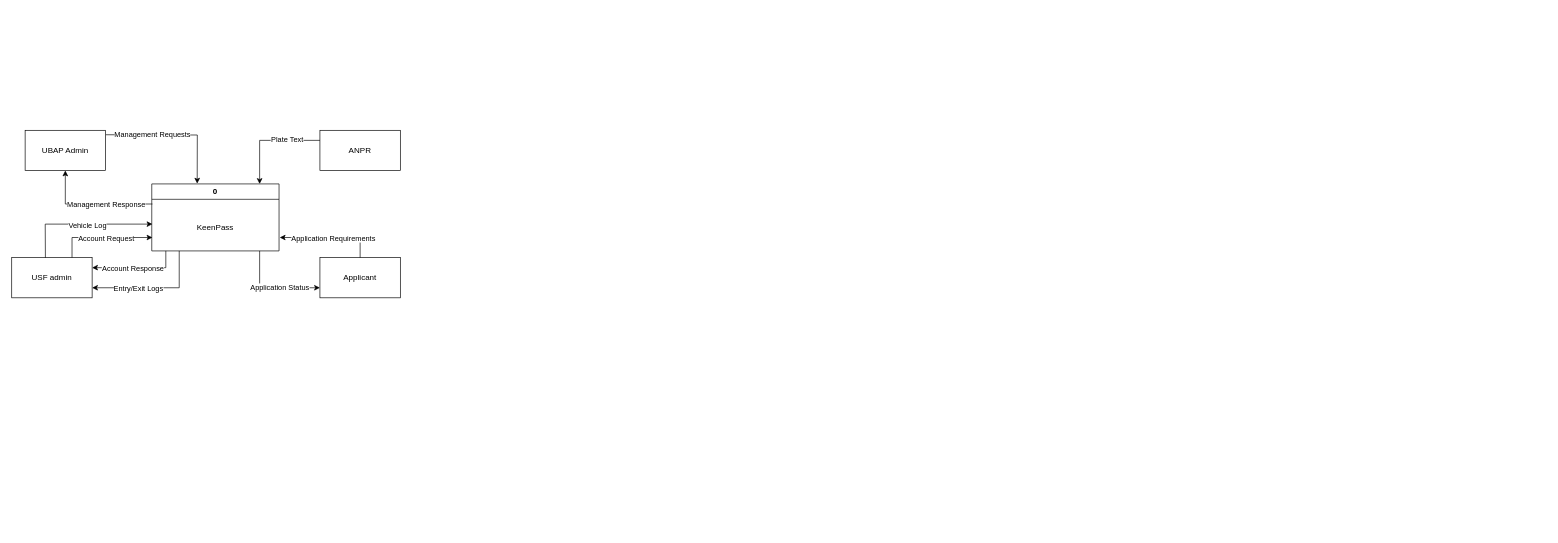
joshuabautista-cyber/Diagrams keeps this draw.io diagram as Level 0.drawio. Above is the earlier version. Source tidied: cells renumbered, new cells numbered last; positions are measured from the earlier drawing's top-left corner, leaving out a move shared by most shapes. Both pictures are drawn from the tidied source at 67%, with x=0, y=0 at pixel (11, 130).
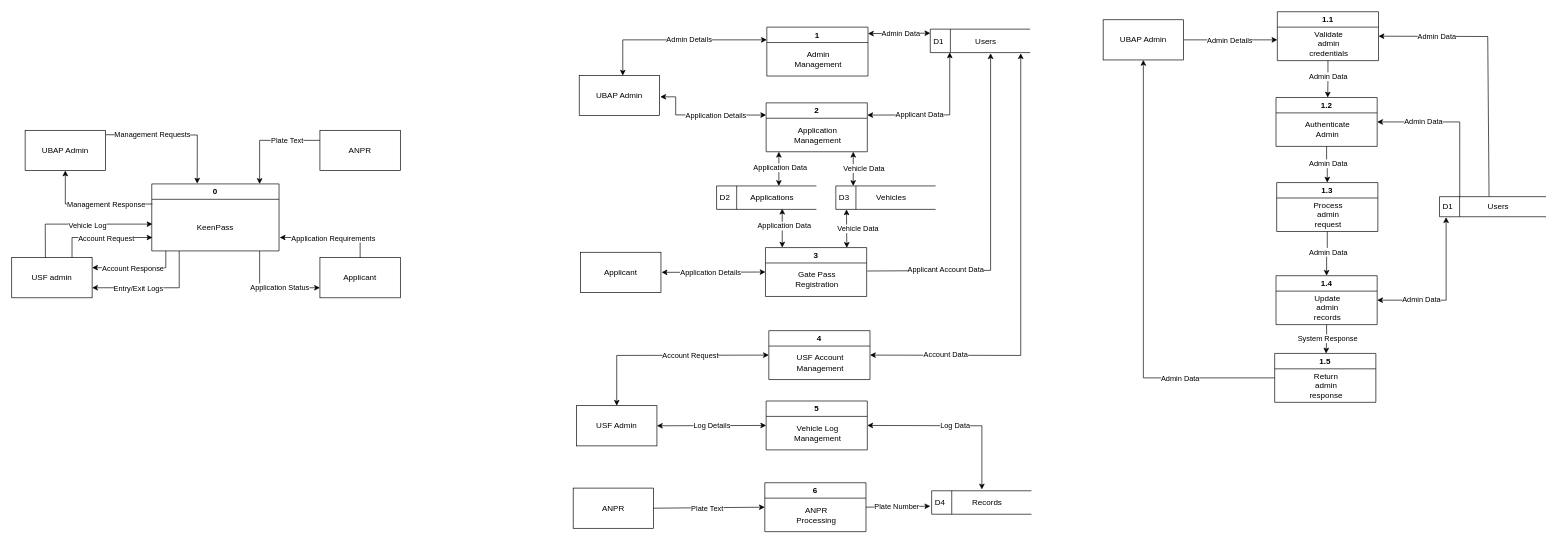
After the change.

The edit, as a diff of the source:
```diff
@@
+    <mxCell id="26" value="UBAP Admin" style="rounded=0;whiteSpace=wrap;html=1;" parent="1" vertex="1">
+      <mxGeometry x="847" y="-82" width="120" height="60" as="geometry" />
+    </mxCell>
+    <mxCell id="27" value="USF Admin" style="rounded=0;whiteSpace=wrap;html=1;" parent="1" vertex="1">
+      <mxGeometry x="843" y="411" width="120" height="60" as="geometry" />
+    </mxCell>
+    <mxCell id="28" value="ANPR" style="rounded=0;whiteSpace=wrap;html=1;" parent="1" vertex="1">
+      <mxGeometry x="838" y="534" width="120" height="60" as="geometry" />
+    </mxCell>
+    <mxCell id="29" value="Applicant" style="rounded=0;whiteSpace=wrap;html=1;" parent="1" vertex="1">
+      <mxGeometry x="849" y="182" width="120" height="60" as="geometry" />
+    </mxCell>
+    <mxCell id="30" value="1" style="swimlane;whiteSpace=wrap;html=1;" parent="1" vertex="1">
+      <mxGeometry x="1127" y="-154" width="151" height="73" as="geometry" />
+    </mxCell>
+    <mxCell id="31" value="Admin&lt;div&gt;Management&lt;/div&gt;" style="text;html=1;whiteSpace=wrap;strokeColor=none;fillColor=none;align=center;verticalAlign=middle;rounded=0;" parent="30" vertex="1">
+      <mxGeometry x="47" y="33" width="60" height="30" as="geometry" />
+    </mxCell>
+    <mxCell id="32" value="2" style="swimlane;whiteSpace=wrap;html=1;" parent="1" vertex="1">
+      <mxGeometry x="1126" y="-41" width="151" height="73" as="geometry" />
+    </mxCell>
+    <mxCell id="33" value="Application Management" style="text;html=1;whiteSpace=wrap;strokeColor=none;fillColor=none;align=center;verticalAlign=middle;rounded=0;" parent="32" vertex="1">
+      <mxGeometry x="47" y="33" width="60" height="30" as="geometry" />
+    </mxCell>
+    <mxCell id="34" style="group;" parent="1" vertex="1">
+      <mxGeometry x="1371" y="-151" width="149" height="35" as="geometry" />
+    </mxCell>
+    <mxCell id="35" value="D1" style="html=1;dashed=0;whiteSpace=wrap;shape=mxgraph.dfd.dataStoreID;align=left;spacingLeft=3;points=[[0,0],[0.5,0],[1,0],[0,0.5],[1,0.5],[0,1],[0.5,1],[1,1]];" parent="34" vertex="1">
+      <mxGeometry width="149" height="35" as="geometry" />
+    </mxCell>
+    <mxCell id="36" value="Users" style="text;html=1;whiteSpace=wrap;strokeColor=none;fillColor=none;align=center;verticalAlign=middle;rounded=0;" parent="34" vertex="1">
+      <mxGeometry x="53" y="3" width="60" height="30" as="geometry" />
+    </mxCell>
+    <mxCell id="37" style="group;" parent="1" vertex="1">
+      <mxGeometry x="1052" y="83" width="149" height="35" as="geometry" />
+    </mxCell>
+    <mxCell id="38" value="D2" style="html=1;dashed=0;whiteSpace=wrap;shape=mxgraph.dfd.dataStoreID;align=left;spacingLeft=3;points=[[0,0],[0.5,0],[1,0],[0,0.5],[1,0.5],[0,1],[0.5,1],[1,1]];" parent="37" vertex="1">
+      <mxGeometry width="149" height="35" as="geometry" />
+    </mxCell>
+    <mxCell id="39" value="Applications" style="text;html=1;whiteSpace=wrap;strokeColor=none;fillColor=none;align=center;verticalAlign=middle;rounded=0;" parent="37" vertex="1">
+      <mxGeometry x="53" y="3" width="60" height="30" as="geometry" />
+    </mxCell>
+    <mxCell id="40" style="group;" parent="1" vertex="1">
+      <mxGeometry x="1230" y="83" width="149" height="35" as="geometry" />
+    </mxCell>
+    <mxCell id="41" value="D3" style="html=1;dashed=0;whiteSpace=wrap;shape=mxgraph.dfd.dataStoreID;align=left;spacingLeft=3;points=[[0,0],[0.5,0],[1,0],[0,0.5],[1,0.5],[0,1],[0.5,1],[1,1]];" parent="40" vertex="1">
+      <mxGeometry width="149" height="35" as="geometry" />
+    </mxCell>
+    <mxCell id="42" value="Vehicles" style="text;html=1;whiteSpace=wrap;strokeColor=none;fillColor=none;align=center;verticalAlign=middle;rounded=0;" parent="40" vertex="1">
+      <mxGeometry x="53" y="3" width="60" height="30" as="geometry" />
+    </mxCell>
+    <mxCell id="43" style="endArrow=classic;html=1;rounded=0;exitX=0.542;exitY=0.006;exitDx=0;exitDy=0;exitPerimeter=0;startArrow=classic;startFill=1;" parent="1" edge="1" source="26">
+      <mxGeometry relative="1" as="geometry">
+        <mxPoint x="1127" y="-135" as="targetPoint" />
+        <Array as="points">
+          <mxPoint x="912" y="-135" />
+        </Array>
+      </mxGeometry>
+    </mxCell>
+    <mxCell id="44" value="Admin Details" style="edgeLabel;html=1;align=center;verticalAlign=middle;" parent="43" vertex="1">
+      <mxGeometry x="-0.07" y="1" relative="1" as="geometry">
+        <mxPoint x="27" as="offset" />
+      </mxGeometry>
+    </mxCell>
+    <mxCell id="45" style="endArrow=classic;html=1;rounded=0;exitX=1;exitY=0.25;exitDx=0;exitDy=0;startArrow=classic;startFill=1;" parent="1" edge="1">
+      <mxGeometry relative="1" as="geometry">
+        <mxPoint x="1278" y="-144.4" as="sourcePoint" />
+        <mxPoint x="1371" y="-145" as="targetPoint" />
+      </mxGeometry>
+    </mxCell>
+    <mxCell id="46" value="Admin Data" style="edgeLabel;html=1;align=center;verticalAlign=middle;" parent="45" vertex="1">
+      <mxGeometry x="0.06" relative="1" as="geometry" />
+    </mxCell>
+    <mxCell id="47" style="endArrow=classic;html=1;rounded=0;entryX=0;entryY=0.25;entryDx=0;entryDy=0;startArrow=classic;startFill=1;" parent="1" edge="1" target="32">
+      <mxGeometry relative="1" as="geometry">
+        <mxPoint x="968" y="-50" as="sourcePoint" />
+        <Array as="points">
+          <mxPoint x="991" y="-50" />
+          <mxPoint x="991" y="-23" />
+        </Array>
+      </mxGeometry>
+    </mxCell>
+    <mxCell id="48" value="Application Details" style="edgeLabel;html=1;align=center;verticalAlign=middle;" parent="47" vertex="1">
+      <mxGeometry x="-0.12" y="1" relative="1" as="geometry">
+        <mxPoint x="28" y="1" as="offset" />
+      </mxGeometry>
+    </mxCell>
+    <mxCell id="49" style="endArrow=classic;html=1;rounded=0;entryX=0.624;entryY=0.001;entryDx=0;entryDy=0;entryPerimeter=0;startArrow=classic;startFill=1;" parent="1" edge="1" target="38">
+      <mxGeometry relative="1" as="geometry">
+        <mxPoint x="1145" y="32" as="sourcePoint" />
+      </mxGeometry>
+    </mxCell>
+    <mxCell id="50" value="Application&lt;span style=&quot;background-color: light-dark(#ffffff, var(--ge-dark-color, #121212)); color: light-dark(rgb(0, 0, 0), rgb(255, 255, 255));&quot;&gt;&amp;nbsp;Data&lt;/span&gt;" style="edgeLabel;html=1;align=center;verticalAlign=middle;" parent="49" vertex="1">
+      <mxGeometry x="-0.29" y="1" relative="1" as="geometry">
+        <mxPoint x="1" y="5" as="offset" />
+      </mxGeometry>
+    </mxCell>
+    <mxCell id="51" style="endArrow=classic;html=1;rounded=0;startArrow=classic;startFill=1;endFill=1;entryX=0.174;entryY=0;entryDx=0;entryDy=0;entryPerimeter=0;" parent="1" edge="1" target="41">
+      <mxGeometry relative="1" as="geometry">
+        <mxPoint x="1256" y="32" as="sourcePoint" />
+        <Array as="points">
+          <mxPoint x="1256" y="43" />
+        </Array>
+      </mxGeometry>
+    </mxCell>
+    <mxCell id="52" value="Vehicle Data" style="edgeLabel;html=1;align=center;verticalAlign=middle;" parent="51" vertex="1">
+      <mxGeometry x="0.01" y="-1" relative="1" as="geometry">
+        <mxPoint x="17" y="-1" as="offset" />
+      </mxGeometry>
+    </mxCell>
+    <mxCell id="53" style="endArrow=classic;html=1;rounded=0;exitX=1;exitY=0.25;exitDx=0;exitDy=0;entryX=0.195;entryY=0.993;entryDx=0;entryDy=0;entryPerimeter=0;startArrow=classic;startFill=1;" parent="1" edge="1" source="32" target="35">
+      <mxGeometry relative="1" as="geometry">
+        <Array as="points">
+          <mxPoint x="1400" y="-23" />
+        </Array>
+      </mxGeometry>
+    </mxCell>
+    <mxCell id="54" value="Applicant Data" style="edgeLabel;html=1;align=center;verticalAlign=middle;" parent="53" vertex="1">
+      <mxGeometry x="-0.51" relative="1" as="geometry">
+        <mxPoint x="25" y="-1" as="offset" />
+      </mxGeometry>
+    </mxCell>
+    <mxCell id="55" value="3" style="swimlane;whiteSpace=wrap;html=1;" parent="1" vertex="1">
+      <mxGeometry x="1125" y="175" width="151" height="73" as="geometry" />
+    </mxCell>
+    <mxCell id="56" value="Gate Pass Registration" style="text;html=1;whiteSpace=wrap;strokeColor=none;fillColor=none;align=center;verticalAlign=middle;rounded=0;" parent="55" vertex="1">
+      <mxGeometry x="47" y="33" width="60" height="30" as="geometry" />
+    </mxCell>
+    <mxCell id="57" style="endArrow=classic;startArrow=classic;html=1;rounded=0;entryX=0;entryY=0.5;entryDx=0;entryDy=0;" parent="1" edge="1" target="55">
+      <mxGeometry relative="1" as="geometry">
+        <mxPoint x="970" y="212" as="sourcePoint" />
+      </mxGeometry>
+    </mxCell>
+    <mxCell id="58" value="Application Details" style="edgeLabel;html=1;align=center;verticalAlign=middle;" parent="57" vertex="1">
+      <mxGeometry x="-0.06" relative="1" as="geometry" />
+    </mxCell>
+    <mxCell id="59" style="endArrow=classic;html=1;rounded=0;entryX=0.166;entryY=0;entryDx=0;entryDy=0;entryPerimeter=0;startArrow=classic;startFill=1;" parent="1" edge="1" target="55">
+      <mxGeometry relative="1" as="geometry">
+        <mxPoint x="1150" y="117" as="sourcePoint" />
+      </mxGeometry>
+    </mxCell>
+    <mxCell id="60" value="Application&lt;span style=&quot;background-color: light-dark(#ffffff, var(--ge-dark-color, #121212)); color: light-dark(rgb(0, 0, 0), rgb(255, 255, 255));&quot;&gt;&amp;nbsp;Data&lt;/span&gt;" style="edgeLabel;html=1;align=center;verticalAlign=middle;" parent="59" vertex="1">
+      <mxGeometry x="-0.29" y="1" relative="1" as="geometry">
+        <mxPoint x="1" y="5" as="offset" />
+      </mxGeometry>
+    </mxCell>
+    <mxCell id="61" style="endArrow=classic;html=1;rounded=0;startArrow=classic;startFill=1;endFill=1;entryX=0.804;entryY=0.005;entryDx=0;entryDy=0;entryPerimeter=0;" parent="1" edge="1" target="55">
+      <mxGeometry relative="1" as="geometry">
+        <mxPoint x="1246" y="118" as="sourcePoint" />
+        <Array as="points">
+          <mxPoint x="1246" y="129" />
+        </Array>
+      </mxGeometry>
+    </mxCell>
+    <mxCell id="62" value="Vehicle Data" style="edgeLabel;html=1;align=center;verticalAlign=middle;" parent="61" vertex="1">
+      <mxGeometry x="0.01" y="-1" relative="1" as="geometry">
+        <mxPoint x="17" y="-1" as="offset" />
+      </mxGeometry>
+    </mxCell>
+    <mxCell id="63" style="endArrow=classic;html=1;rounded=0;startArrow=none;startFill=0;" parent="1" edge="1">
+      <mxGeometry relative="1" as="geometry">
+        <mxPoint x="1277" y="210" as="sourcePoint" />
+        <mxPoint x="1461" y="-115" as="targetPoint" />
+        <Array as="points">
+          <mxPoint x="1461" y="209" />
+        </Array>
+      </mxGeometry>
+    </mxCell>
+    <mxCell id="64" value="Applicant Account Data" style="edgeLabel;html=1;align=center;verticalAlign=middle;" parent="63" vertex="1">
+      <mxGeometry x="-0.51" relative="1" as="geometry">
+        <mxPoint x="-7" y="-2" as="offset" />
+      </mxGeometry>
+    </mxCell>
+    <mxCell id="65" value="5" style="swimlane;whiteSpace=wrap;html=1;startSize=23;" parent="1" vertex="1">
+      <mxGeometry x="1126" y="404" width="151" height="73" as="geometry" />
+    </mxCell>
+    <mxCell id="66" value="Vehicle Log Management" style="text;html=1;whiteSpace=wrap;strokeColor=none;fillColor=none;align=center;verticalAlign=middle;rounded=0;" parent="65" vertex="1">
+      <mxGeometry x="47" y="33" width="60" height="30" as="geometry" />
+    </mxCell>
+    <mxCell id="67" value="6" style="swimlane;whiteSpace=wrap;html=1;" parent="1" vertex="1">
+      <mxGeometry x="1124" y="526" width="151" height="73" as="geometry" />
+    </mxCell>
+    <mxCell id="68" value="ANPR Processing" style="text;html=1;whiteSpace=wrap;strokeColor=none;fillColor=none;align=center;verticalAlign=middle;rounded=0;" parent="67" vertex="1">
+      <mxGeometry x="47" y="33" width="60" height="30" as="geometry" />
+    </mxCell>
+    <mxCell id="69" style="group;" parent="1" vertex="1">
+      <mxGeometry x="1373" y="538" width="149" height="35" as="geometry" />
+    </mxCell>
+    <mxCell id="70" value="D4" style="html=1;dashed=0;whiteSpace=wrap;shape=mxgraph.dfd.dataStoreID;align=left;spacingLeft=3;" parent="69" vertex="1">
+      <mxGeometry width="149" height="35" as="geometry" />
+    </mxCell>
+    <mxCell id="71" value="Records" style="text;html=1;whiteSpace=wrap;strokeColor=none;fillColor=none;align=center;verticalAlign=middle;rounded=0;" parent="69" vertex="1">
+      <mxGeometry x="53" y="3" width="60" height="30" as="geometry" />
+    </mxCell>
+    <mxCell id="72" style="endArrow=classic;startArrow=none;html=1;rounded=0;exitX=1;exitY=0.5;exitDx=0;exitDy=0;startFill=0;" parent="1" edge="1" source="67">
+      <mxGeometry relative="1" as="geometry">
+        <mxPoint x="1371" y="561" as="targetPoint" />
+      </mxGeometry>
+    </mxCell>
+    <mxCell id="73" value="Plate Number" style="edgeLabel;html=1;align=center;verticalAlign=middle;" parent="72" vertex="1">
+      <mxGeometry x="-0.11" y="-1" relative="1" as="geometry">
+        <mxPoint x="2" y="-2" as="offset" />
+      </mxGeometry>
+    </mxCell>
+    <mxCell id="74" style="endArrow=classic;html=1;rounded=0;exitX=1;exitY=0.5;exitDx=0;exitDy=0;entryX=0;entryY=0.5;entryDx=0;entryDy=0;" parent="1" edge="1" source="28" target="67">
+      <mxGeometry relative="1" as="geometry" />
+    </mxCell>
+    <mxCell id="75" value="Plate Text" style="edgeLabel;html=1;align=center;verticalAlign=middle;" parent="74" vertex="1">
+      <mxGeometry x="-0.19" y="-1" relative="1" as="geometry">
+        <mxPoint x="12" as="offset" />
+      </mxGeometry>
+    </mxCell>
+    <mxCell id="76" style="endArrow=classic;startArrow=classic;html=1;rounded=0;exitX=1;exitY=0.5;exitDx=0;exitDy=0;entryX=0;entryY=0.5;entryDx=0;entryDy=0;" parent="1" edge="1" source="27" target="65">
+      <mxGeometry relative="1" as="geometry" />
+    </mxCell>
+    <mxCell id="77" value="Log Details" style="edgeLabel;html=1;align=center;verticalAlign=middle;" parent="76" vertex="1">
+      <mxGeometry x="0.2" y="-1" relative="1" as="geometry">
+        <mxPoint x="-17" y="-1" as="offset" />
+      </mxGeometry>
+    </mxCell>
+    <mxCell id="78" style="endArrow=classic;startArrow=classic;html=1;rounded=0;exitX=1;exitY=0.5;exitDx=0;exitDy=0;" parent="1" edge="1" source="65">
+      <mxGeometry relative="1" as="geometry">
+        <mxPoint x="1448" y="536" as="targetPoint" />
+        <Array as="points">
+          <mxPoint x="1448" y="441" />
+        </Array>
+      </mxGeometry>
+    </mxCell>
+    <mxCell id="79" value="Log Data" style="edgeLabel;html=1;align=center;verticalAlign=middle;" parent="78" vertex="1">
+      <mxGeometry x="0.2" y="-1" relative="1" as="geometry">
+        <mxPoint x="-29" y="-1" as="offset" />
+      </mxGeometry>
+    </mxCell>
+    <mxCell id="80" value="4" style="swimlane;whiteSpace=wrap;html=1;startSize=23;" parent="1" vertex="1">
+      <mxGeometry x="1130" y="299" width="151" height="73" as="geometry" />
+    </mxCell>
+    <mxCell id="81" value="USF Account Management" style="text;html=1;whiteSpace=wrap;strokeColor=none;fillColor=none;align=center;verticalAlign=middle;rounded=0;" parent="80" vertex="1">
+      <mxGeometry x="47" y="33" width="60" height="30" as="geometry" />
+    </mxCell>
+    <mxCell id="82" style="endArrow=classic;startArrow=classic;html=1;rounded=0;exitX=0.5;exitY=0;exitDx=0;exitDy=0;entryX=0;entryY=0.5;entryDx=0;entryDy=0;" parent="1" edge="1" source="27" target="80">
+      <mxGeometry relative="1" as="geometry">
+        <Array as="points">
+          <mxPoint x="903" y="336" />
+        </Array>
+      </mxGeometry>
+    </mxCell>
+    <mxCell id="83" value="Account Request" style="edgeLabel;html=1;align=center;verticalAlign=middle;" parent="82" vertex="1">
+      <mxGeometry x="0.03" relative="1" as="geometry">
+        <mxPoint x="29" as="offset" />
+      </mxGeometry>
+    </mxCell>
+    <mxCell id="84" style="endArrow=classic;startArrow=classic;html=1;rounded=0;exitX=1;exitY=0.5;exitDx=0;exitDy=0;entryX=0.906;entryY=1.029;entryDx=0;entryDy=0;entryPerimeter=0;" parent="1" edge="1" source="80" target="35">
+      <mxGeometry relative="1" as="geometry">
+        <Array as="points">
+          <mxPoint x="1506" y="336" />
+        </Array>
+      </mxGeometry>
+    </mxCell>
+    <mxCell id="85" value="Account Data" style="edgeLabel;html=1;align=center;verticalAlign=middle;" parent="84" vertex="1">
+      <mxGeometry x="-0.67" y="1" relative="1" as="geometry" />
+    </mxCell>
+    <mxCell id="86" style="edgeStyle=orthogonalEdgeStyle;rounded=0;jettySize=auto;html=1;exitX=1;exitY=0.5;exitDx=0;exitDy=0;" parent="1" edge="1" source="88">
+      <mxGeometry relative="1" as="geometry">
+        <mxPoint x="1889" y="-135" as="targetPoint" />
+      </mxGeometry>
+    </mxCell>
+    <mxCell id="87" value="Admin Details" style="edgeLabel;html=1;align=center;verticalAlign=middle;" parent="86" vertex="1">
+      <mxGeometry x="-0.14" relative="1" as="geometry">
+        <mxPoint x="8" as="offset" />
+      </mxGeometry>
+    </mxCell>
+    <mxCell id="88" value="UBAP Admin" style="rounded=0;whiteSpace=wrap;html=1;" parent="1" vertex="1">
+      <mxGeometry x="1629" y="-165" width="120" height="60" as="geometry" />
+    </mxCell>
+    <mxCell id="89" style="edgeStyle=orthogonalEdgeStyle;rounded=0;jettySize=auto;html=1;exitX=0.5;exitY=1;exitDx=0;exitDy=0;entryX=0.511;entryY=0.001;entryDx=0;entryDy=0;entryPerimeter=0;" parent="1" edge="1" source="91" target="95">
+      <mxGeometry relative="1" as="geometry" />
+    </mxCell>
+    <mxCell id="90" value="Admin Data" style="edgeLabel;html=1;align=center;verticalAlign=middle;" parent="89" vertex="1">
+      <mxGeometry x="-0.17" relative="1" as="geometry" />
+    </mxCell>
+    <mxCell id="91" value="1.1" style="swimlane;whiteSpace=wrap;html=1;" parent="1" vertex="1">
+      <mxGeometry x="1889" y="-177" width="151" height="73" as="geometry" />
+    </mxCell>
+    <mxCell id="92" value="Validate admin credentials" style="text;html=1;whiteSpace=wrap;strokeColor=none;fillColor=none;align=center;verticalAlign=middle;rounded=0;" parent="91" vertex="1">
+      <mxGeometry x="47" y="33" width="60" height="30" as="geometry" />
+    </mxCell>
+    <mxCell id="93" style="edgeStyle=orthogonalEdgeStyle;rounded=0;jettySize=auto;html=1;exitX=0.5;exitY=1;exitDx=0;exitDy=0;entryX=0.5;entryY=0;entryDx=0;entryDy=0;" parent="1" edge="1" source="95" target="112">
+      <mxGeometry relative="1" as="geometry" />
+    </mxCell>
+    <mxCell id="94" value="Admin Data" style="edgeLabel;html=1;align=center;verticalAlign=middle;" parent="93" vertex="1">
+      <mxGeometry x="0.15" relative="1" as="geometry">
+        <mxPoint x="1" y="-6" as="offset" />
+      </mxGeometry>
+    </mxCell>
+    <mxCell id="95" value="1.2" style="swimlane;whiteSpace=wrap;html=1;" parent="1" vertex="1">
+      <mxGeometry x="1887" y="-49" width="151" height="73" as="geometry" />
+    </mxCell>
+    <mxCell id="96" value="Authenticate Admin" style="text;html=1;whiteSpace=wrap;strokeColor=none;fillColor=none;align=center;verticalAlign=middle;rounded=0;" parent="95" vertex="1">
+      <mxGeometry x="47" y="33" width="60" height="30" as="geometry" />
+    </mxCell>
+    <mxCell id="97" style="edgeStyle=orthogonalEdgeStyle;rounded=0;jettySize=auto;html=1;exitX=0.5;exitY=1;exitDx=0;exitDy=0;entryX=0.508;entryY=0.001;entryDx=0;entryDy=0;entryPerimeter=0;" parent="1" edge="1" source="99" target="103">
+      <mxGeometry relative="1" as="geometry" />
+    </mxCell>
+    <mxCell id="98" value="System Response" style="edgeLabel;html=1;align=center;verticalAlign=middle;" parent="97" vertex="1">
+      <mxGeometry x="-0.08" y="1" relative="1" as="geometry" />
+    </mxCell>
+    <mxCell id="99" value="1.4" style="swimlane;whiteSpace=wrap;html=1;" parent="1" vertex="1">
+      <mxGeometry x="1887" y="217" width="151" height="73" as="geometry" />
+    </mxCell>
+    <mxCell id="100" value="Update admin records" style="text;html=1;whiteSpace=wrap;strokeColor=none;fillColor=none;align=center;verticalAlign=middle;rounded=0;" parent="99" vertex="1">
+      <mxGeometry x="47" y="33" width="60" height="30" as="geometry" />
+    </mxCell>
+    <mxCell id="101" style="edgeStyle=orthogonalEdgeStyle;rounded=0;jettySize=auto;html=1;exitX=0;exitY=0.5;exitDx=0;exitDy=0;entryX=0.5;entryY=1;entryDx=0;entryDy=0;" parent="1" edge="1" source="103" target="88">
+      <mxGeometry relative="1" as="geometry" />
+    </mxCell>
+    <mxCell id="102" value="Admin Data" style="edgeLabel;html=1;align=center;verticalAlign=middle;" parent="101" vertex="1">
+      <mxGeometry x="-0.52" relative="1" as="geometry">
+        <mxPoint x="19" as="offset" />
+      </mxGeometry>
+    </mxCell>
+    <mxCell id="103" value="1.5" style="swimlane;whiteSpace=wrap;html=1;" parent="1" vertex="1">
+      <mxGeometry x="1885" y="333" width="151" height="73" as="geometry" />
+    </mxCell>
+    <mxCell id="104" value="Return admin response" style="text;html=1;whiteSpace=wrap;strokeColor=none;fillColor=none;align=center;verticalAlign=middle;rounded=0;" parent="103" vertex="1">
+      <mxGeometry x="47" y="33" width="60" height="30" as="geometry" />
+    </mxCell>
+    <mxCell id="105" style="group;" parent="1" vertex="1">
+      <mxGeometry x="2131" y="99" width="159" height="30" as="geometry" />
+    </mxCell>
+    <mxCell id="106" value="D1" style="html=1;dashed=0;whiteSpace=wrap;shape=mxgraph.dfd.dataStoreID;align=left;spacingLeft=3;points=[[0,0],[0.5,0],[1,0],[0,0.5],[1,0.5],[0,1],[0.5,1],[1,1]];" parent="105" vertex="1">
+      <mxGeometry width="159" height="30" as="geometry" />
+    </mxCell>
+    <mxCell id="107" value="Users" style="text;html=1;whiteSpace=wrap;strokeColor=none;fillColor=none;align=center;verticalAlign=middle;rounded=0;" parent="105" vertex="1">
+      <mxGeometry x="58" width="60" height="30" as="geometry" />
+    </mxCell>
+    <mxCell id="108" style="edgeStyle=orthogonalEdgeStyle;rounded=0;jettySize=auto;html=1;exitX=1;exitY=0.5;exitDx=0;exitDy=0;entryX=0.062;entryY=1.022;entryDx=0;entryDy=0;entryPerimeter=0;startArrow=classic;startFill=1;" parent="1" edge="1" source="99" target="106">
+      <mxGeometry relative="1" as="geometry" />
+    </mxCell>
+    <mxCell id="109" value="Admin Data" style="edgeLabel;html=1;align=center;verticalAlign=middle;" parent="108" vertex="1">
+      <mxGeometry x="-0.02" y="1" relative="1" as="geometry">
+        <mxPoint x="-36" y="6" as="offset" />
+      </mxGeometry>
+    </mxCell>
+    <mxCell id="110" style="endArrow=classic;html=1;rounded=0;entryX=1;entryY=0.5;entryDx=0;entryDy=0;exitX=0.266;exitY=-0.011;exitDx=0;exitDy=0;exitPerimeter=0;" parent="1" edge="1" source="107" target="91">
+      <mxGeometry relative="1" as="geometry">
+        <Array as="points">
+          <mxPoint x="2203" y="-140" />
+        </Array>
+      </mxGeometry>
+    </mxCell>
+    <mxCell id="111" value="Admin Data" style="edgeLabel;html=1;align=center;verticalAlign=middle;" parent="110" vertex="1">
+      <mxGeometry x="0.57" relative="1" as="geometry" />
+    </mxCell>
+    <mxCell id="112" value="1.3" style="swimlane;whiteSpace=wrap;html=1;" parent="1" vertex="1">
+      <mxGeometry x="1888" y="78" width="151" height="73" as="geometry" />
+    </mxCell>
+    <mxCell id="113" value="Process admin request" style="text;html=1;whiteSpace=wrap;strokeColor=none;fillColor=none;align=center;verticalAlign=middle;rounded=0;" parent="112" vertex="1">
+      <mxGeometry x="47" y="33" width="60" height="30" as="geometry" />
+    </mxCell>
+    <mxCell id="114" style="edgeStyle=orthogonalEdgeStyle;rounded=0;jettySize=auto;html=1;exitX=0.5;exitY=1;exitDx=0;exitDy=0;entryX=0.5;entryY=0;entryDx=0;entryDy=0;" parent="1" edge="1" source="112" target="99">
+      <mxGeometry relative="1" as="geometry" />
+    </mxCell>
+    <mxCell id="115" value="Admin Data" style="edgeLabel;html=1;align=center;verticalAlign=middle;" parent="114" vertex="1">
+      <mxGeometry x="-0.1" y="1" relative="1" as="geometry" />
+    </mxCell>
+    <mxCell id="116" style="edgeStyle=orthogonalEdgeStyle;rounded=0;jettySize=auto;html=1;exitX=0.19;exitY=0.013;exitDx=0;exitDy=0;entryX=1;entryY=0.5;entryDx=0;entryDy=0;exitPerimeter=0;" parent="1" edge="1" source="106" target="95">
+      <mxGeometry relative="1" as="geometry" />
+    </mxCell>
+    <mxCell id="117" value="Admin Data" style="edgeLabel;html=1;align=center;verticalAlign=middle;" parent="116" vertex="1">
+      <mxGeometry x="0.29" relative="1" as="geometry">
+        <mxPoint x="-15" y="-1" as="offset" />
+      </mxGeometry>
+    </mxCell>
```
